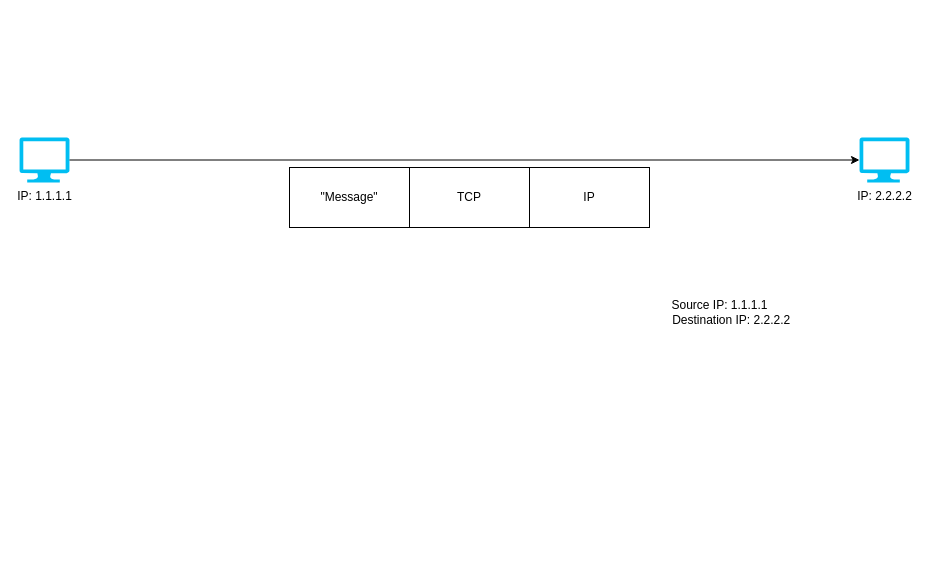
Earlier version of the draw.io diagram IP basics.drawio (ProTapia/IST-215-Notes). Source tidied: cells renumbered, new cells numbered last; positions are measured from the earlier drawing's top-left corner, leaving out a move shared by most shapes. Both pictures are drawn from the tidied source at 100%, with x=0, y=0 at pixel (19, 137).
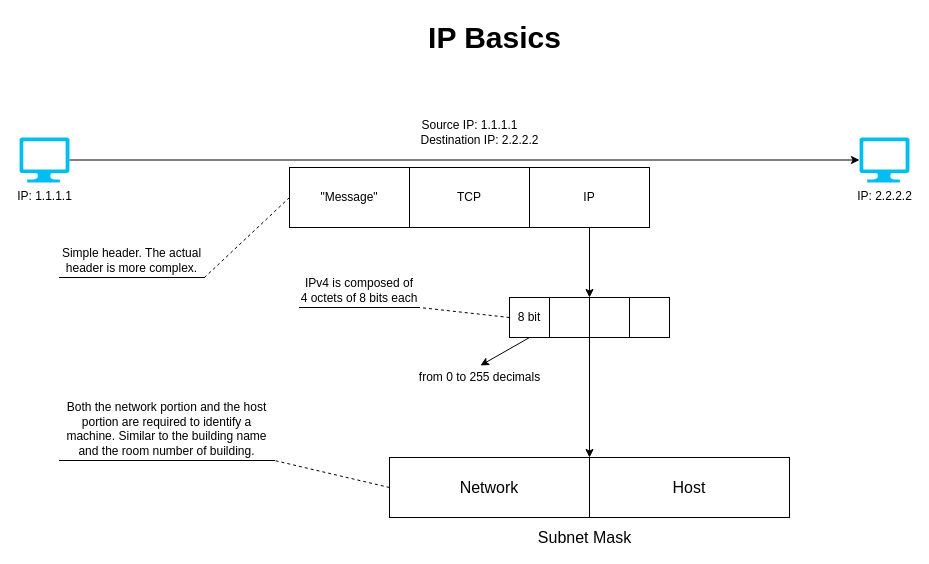
After the change.

The change refers to these unchanged cells:
```xml
<mxCell id="4" value="&quot;Message&quot;" style="rounded=0;whiteSpace=wrap;html=1;" parent="1" vertex="1">
  <mxGeometry x="270" y="30" width="120" height="60" as="geometry" />
</mxCell>
<mxCell id="6" value="IP" style="rounded=0;whiteSpace=wrap;html=1;" parent="1" vertex="1">
  <mxGeometry x="510" y="30" width="120" height="60" as="geometry" />
</mxCell>
```

Change to the diagram source:
```diff
@@
-    <mxCell id="8" value="Source IP: 1.1.1.1&lt;br&gt;&amp;nbsp; &amp;nbsp; &amp;nbsp; &amp;nbsp;Destination IP: 2.2.2.2" style="text;html=1;align=center;verticalAlign=middle;" parent="1" vertex="1">
-      <mxGeometry x="620" y="160" width="160" height="30" as="geometry" />
+    <mxCell id="8" value="Source IP: 1.1.1.1&lt;br&gt;&amp;nbsp; &amp;nbsp; &amp;nbsp; &amp;nbsp;Destination IP: 2.2.2.2&amp;nbsp;" style="text;html=1;align=center;verticalAlign=middle;" parent="1" vertex="1">
+      <mxGeometry x="370" y="-20" width="160" height="30" as="geometry" />
     </mxCell>
+    <mxCell id="9" value="8 bit" style="whiteSpace=wrap;html=1;" parent="1" vertex="1">
+      <mxGeometry x="490" y="160" width="40" height="40" as="geometry" />
+    </mxCell>
+    <mxCell id="10" style="whiteSpace=wrap;html=1;" parent="1" vertex="1">
+      <mxGeometry x="530" y="160" width="40" height="40" as="geometry" />
+    </mxCell>
+    <mxCell id="11" style="whiteSpace=wrap;html=1;" parent="1" vertex="1">
+      <mxGeometry x="570" y="160" width="40" height="40" as="geometry" />
+    </mxCell>
+    <mxCell id="12" style="whiteSpace=wrap;html=1;" parent="1" vertex="1">
+      <mxGeometry x="610" y="160" width="40" height="40" as="geometry" />
+    </mxCell>
+    <mxCell id="13" style="endArrow=classic;html=1;exitX=0.5;exitY=1;exitDx=0;exitDy=0;entryX=1;entryY=0;entryDx=0;entryDy=0;" parent="1" edge="1" source="6" target="10">
+      <mxGeometry relative="1" as="geometry" />
+    </mxCell>
+    <mxCell id="14" style="endArrow=classic;html=1;exitX=0.5;exitY=1;exitDx=0;exitDy=0;entryX=0.507;entryY=-0.1;entryDx=0;entryDy=0;entryPerimeter=0;" parent="1" edge="1" source="9" target="17">
+      <mxGeometry relative="1" as="geometry" />
+    </mxCell>
+    <mxCell id="15" value="IPv4 is composed of 4 octets of 8 bits each" style="whiteSpace=wrap;html=1;shape=partialRectangle;top=0;left=0;bottom=1;right=0;points=[[0,1],[1,1]];strokeColor=#000000;fillColor=none;align=center;verticalAlign=bottom;routingCenterY=0.5;snapToPoint=1;" parent="1" vertex="1">
+      <mxGeometry x="280" y="150" width="120" height="20" as="geometry" />
+    </mxCell>
+    <mxCell id="16" style="startArrow=none;endArrow=none;segment=10;strokeColor=#000000;exitX=0;exitY=0.5;exitDx=0;exitDy=0;dashed=1;" parent="1" edge="1" source="9" target="15">
+      <mxGeometry relative="1" as="geometry" />
+    </mxCell>
+    <mxCell id="17" value="from 0 to 255 decimals" style="text;html=1;align=center;verticalAlign=middle;points=[];" parent="1" vertex="1">
+      <mxGeometry x="390" y="230" width="140" height="20" as="geometry" />
+    </mxCell>
+    <mxCell id="18" value="Simple header. The actual header is more complex." style="whiteSpace=wrap;html=1;shape=partialRectangle;top=0;left=0;bottom=1;right=0;points=[[0,1],[1,1]];strokeColor=#000000;fillColor=none;align=center;verticalAlign=bottom;routingCenterY=0.5;snapToPoint=1;" parent="1" vertex="1">
+      <mxGeometry x="40" y="120" width="145" height="20" as="geometry" />
+    </mxCell>
+    <mxCell id="19" style="startArrow=none;endArrow=none;segment=10;strokeColor=#000000;exitX=0;exitY=0.5;exitDx=0;exitDy=0;dashed=1;" parent="1" edge="1" source="4" target="18">
+      <mxGeometry relative="1" as="geometry" />
+    </mxCell>
+    <mxCell id="20" value="IP Basics" style="text;html=1;align=center;verticalAlign=middle;fontSize=30;fontStyle=1;" parent="1" vertex="1">
+      <mxGeometry x="400" y="-120" width="150" height="40" as="geometry" />
+    </mxCell>
+    <mxCell id="21" value="&lt;font style=&quot;font-size: 16px;&quot;&gt;Network&lt;/font&gt;" style="rounded=0;whiteSpace=wrap;html=1;fontSize=16;" parent="1" vertex="1">
+      <mxGeometry x="370" y="320" width="200" height="60" as="geometry" />
+    </mxCell>
+    <mxCell id="22" value="Host" style="rounded=0;whiteSpace=wrap;html=1;fontSize=16;" parent="1" vertex="1">
+      <mxGeometry x="570" y="320" width="200" height="60" as="geometry" />
+    </mxCell>
+    <mxCell id="23" value="Subnet Mask" style="text;html=1;align=center;verticalAlign=middle;fontSize=16;" parent="1" vertex="1">
+      <mxGeometry x="510" y="390" width="110" height="20" as="geometry" />
+    </mxCell>
+    <mxCell id="24" style="endArrow=classic;html=1;exitX=0;exitY=1;exitDx=0;exitDy=0;entryX=0;entryY=0;entryDx=0;entryDy=0;" parent="1" edge="1" source="11" target="22">
+      <mxGeometry relative="1" as="geometry" />
+    </mxCell>
+    <mxCell id="25" value="Both the network portion and the host portion are required to identify a machine. Similar to the building name and the room number of building." style="whiteSpace=wrap;html=1;shape=partialRectangle;top=0;left=0;bottom=1;right=0;points=[[0,1],[1,1]];strokeColor=#000000;fillColor=none;align=center;verticalAlign=bottom;routingCenterY=0.5;snapToPoint=1;" parent="1" vertex="1">
+      <mxGeometry x="40" y="263" width="215" height="60" as="geometry" />
+    </mxCell>
+    <mxCell id="26" style="startArrow=none;endArrow=none;segment=10;strokeColor=#000000;exitX=0;exitY=0.5;exitDx=0;exitDy=0;dashed=1;" parent="1" edge="1" source="21" target="25">
+      <mxGeometry relative="1" as="geometry" />
+    </mxCell>
```
